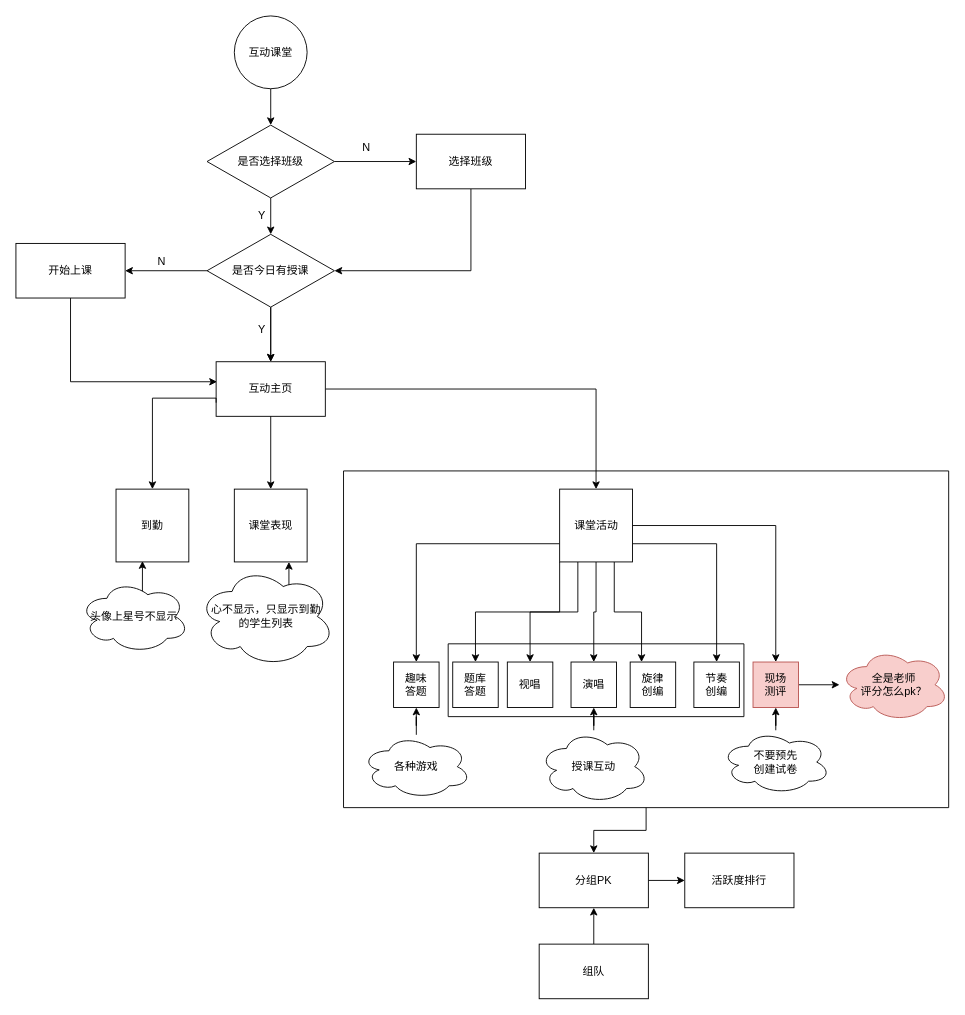
Before: 未命名绘图.drawio in lhj2016/test, a draw.io diagram. Source tidied: cells renumbered, new cells numbered last; positions are measured from the earlier drawing's top-left corner, leaving out a move shared by most shapes. Both pictures are drawn from the tidied source at 91%, with x=0, y=0 at pixel (15, 15).
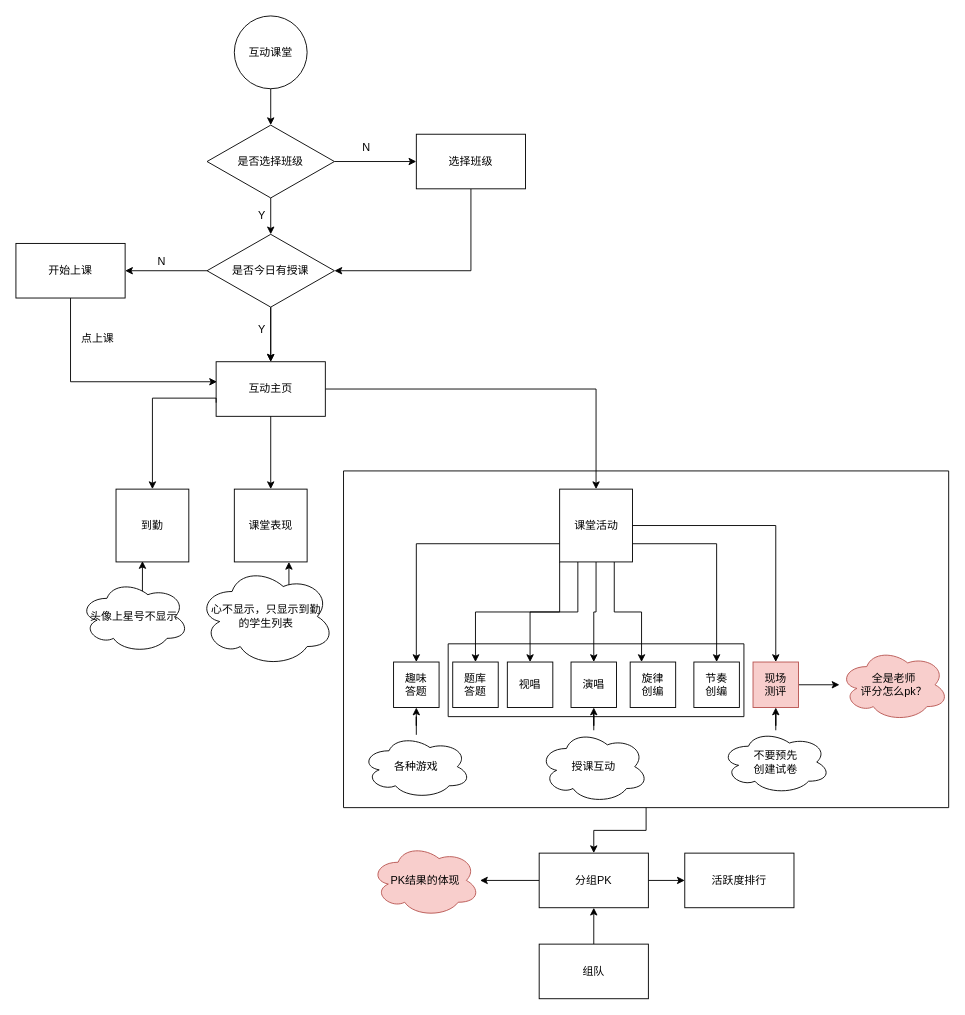
The same diagram, later.

The change refers to these unchanged cells:
```xml
<mxCell id="53" value="分组PK" style="whiteSpace=wrap;html=1;" parent="1" vertex="1">
  <mxGeometry x="575" y="920" width="120" height="60" as="geometry" />
</mxCell>
```

The edit, as a diff of the source:
```diff
@@
+    <mxCell id="60" style="edgeStyle=orthogonalEdgeStyle;rounded=0;jettySize=auto;html=1;" parent="1" edge="1" source="53" target="61">
+      <mxGeometry relative="1" as="geometry" />
+    </mxCell>
@@
+    <mxCell id="61" value="PK结果的体现" style="ellipse;shape=cloud;whiteSpace=wrap;html=1;fillColor=#f8cecc;strokeColor=#b85450;" parent="1" vertex="1">
+      <mxGeometry x="390" y="910" width="120" height="80" as="geometry" />
+    </mxCell>
+    <mxCell id="62" value="点上课" style="text;html=1;strokeColor=none;fillColor=none;align=center;verticalAlign=middle;whiteSpace=wrap;rounded=0;" parent="1" vertex="1">
+      <mxGeometry x="60" y="340" width="60" height="30" as="geometry" />
+    </mxCell>
```
